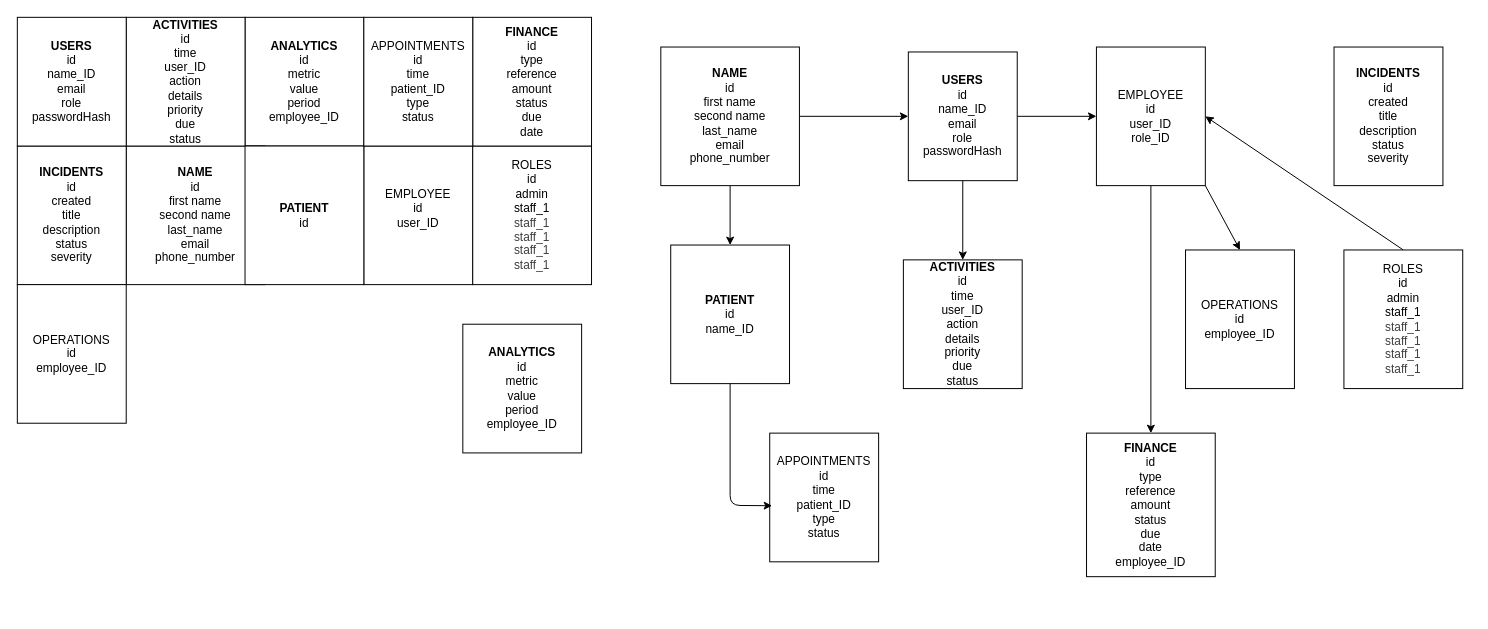
The draw.io diagram design/design.drawio in Justkim030/Moducare, before the edit. Source tidied: cells renumbered, new cells numbered last; positions are measured from the earlier drawing's top-left corner, leaving out a move shared by most shapes. Both pictures are drawn from the tidied source at 99%, with x=0, y=0 at pixel (17, 17).
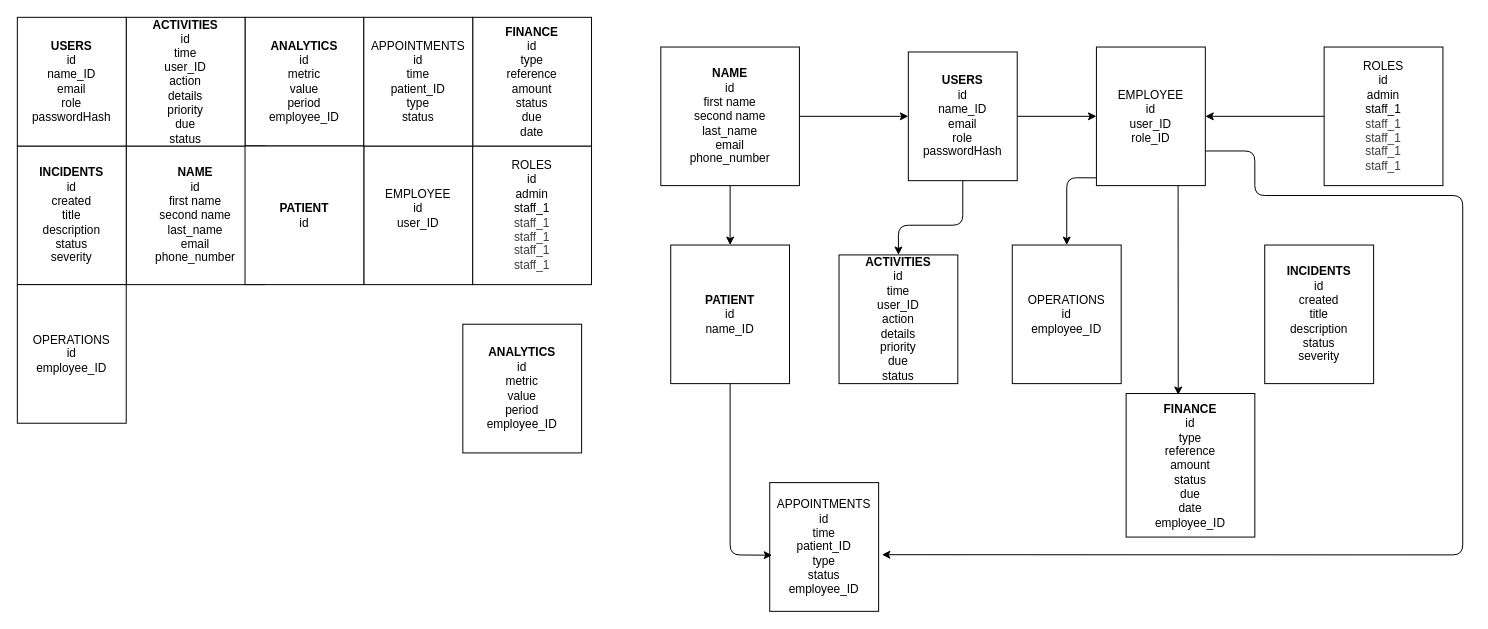
Above is the later version.

Commit message:
database configuration

The change refers to these unchanged cells:
```xml
<mxCell id="15" value="EMPLOYEE&lt;div&gt;id&lt;/div&gt;&lt;div&gt;user_ID&lt;/div&gt;&lt;div&gt;role_ID&lt;/div&gt;" style="rounded=0;whiteSpace=wrap;html=1;" parent="1" vertex="1">
  <mxGeometry x="1090" y="30" width="110" height="140" as="geometry" />
</mxCell>
<mxCell id="22" value="&lt;b&gt;PATIENT&lt;/b&gt;&lt;div&gt;id&lt;/div&gt;&lt;div&gt;name_ID&lt;/div&gt;" style="rounded=0;whiteSpace=wrap;html=1;" parent="1" vertex="1">
  <mxGeometry x="660" y="230" width="120" height="140" as="geometry" />
</mxCell>
<mxCell id="29" value="&lt;b&gt;USERS&lt;/b&gt;&lt;div&gt;id&lt;/div&gt;&lt;div&gt;name_ID&lt;/div&gt;&lt;div&gt;email&lt;/div&gt;&lt;div&gt;role&lt;/div&gt;&lt;div&gt;passwordHash&lt;/div&gt;" style="rounded=0;whiteSpace=wrap;html=1;" parent="1" vertex="1">
  <mxGeometry x="900" y="35" width="110" height="130" as="geometry" />
</mxCell>
```

What changed in the source:
```diff
@@
-    <mxCell id="13" style="edgeStyle=none;html=1;exitX=0.5;exitY=1;exitDx=0;exitDy=0;entryX=0.5;entryY=0;entryDx=0;entryDy=0;" parent="1" edge="1" source="15" target="24">
-      <mxGeometry relative="1" as="geometry" />
-    </mxCell>
-    <mxCell id="14" style="edgeStyle=none;html=1;exitX=1;exitY=1;exitDx=0;exitDy=0;entryX=0.5;entryY=0;entryDx=0;entryDy=0;" parent="1" edge="1" source="15" target="30">
-      <mxGeometry relative="1" as="geometry" />
+    <mxCell id="14" style="edgeStyle=none;html=1;exitX=0.017;exitY=0.944;exitDx=0;exitDy=0;entryX=0.5;entryY=0;entryDx=0;entryDy=0;exitPerimeter=0;" parent="1" edge="1" source="15" target="30">
+      <mxGeometry relative="1" as="geometry">
+        <Array as="points">
+          <mxPoint x="1060" y="162" />
+        </Array>
+      </mxGeometry>
     </mxCell>
@@
-    <mxCell id="16" style="edgeStyle=none;html=1;exitX=0.5;exitY=0;exitDx=0;exitDy=0;entryX=1;entryY=0.5;entryDx=0;entryDy=0;" parent="1" edge="1" source="17" target="15">
+    <mxCell id="16" style="edgeStyle=none;html=1;exitX=0;exitY=0.5;exitDx=0;exitDy=0;entryX=1;entryY=0.5;entryDx=0;entryDy=0;" parent="1" edge="1" source="17" target="15">
       <mxGeometry relative="1" as="geometry" />
     </mxCell>
     <mxCell id="17" value="ROLES&lt;div&gt;id&lt;/div&gt;&lt;div&gt;admin&lt;/div&gt;&lt;div&gt;staff_1&lt;/div&gt;&lt;div&gt;&lt;span style=&quot;color: rgb(63, 63, 63);&quot;&gt;staff_1&lt;/span&gt;&lt;/div&gt;&lt;div&gt;&lt;span style=&quot;color: rgb(63, 63, 63);&quot;&gt;staff_1&lt;/span&gt;&lt;span style=&quot;color: rgb(63, 63, 63);&quot;&gt;&lt;/span&gt;&lt;/div&gt;&lt;div&gt;&lt;span style=&quot;color: rgb(63, 63, 63);&quot;&gt;staff_1&lt;/span&gt;&lt;span style=&quot;color: rgb(63, 63, 63);&quot;&gt;&lt;/span&gt;&lt;/div&gt;&lt;div&gt;&lt;span style=&quot;color: rgb(63, 63, 63);&quot;&gt;staff_1&lt;/span&gt;&lt;span style=&quot;color: rgb(63, 63, 63);&quot;&gt;&lt;/span&gt;&lt;/div&gt;" style="rounded=0;whiteSpace=wrap;html=1;" parent="1" vertex="1">
-      <mxGeometry x="1340" y="235" width="120" height="140" as="geometry" />
+      <mxGeometry x="1320" y="30" width="120" height="140" as="geometry" />
     </mxCell>
@@
     <mxCell id="23" value="&lt;b&gt;INCIDENTS&lt;/b&gt;&lt;div&gt;id&lt;/div&gt;&lt;div&gt;created&lt;/div&gt;&lt;div&gt;title&lt;/div&gt;&lt;div&gt;description&lt;/div&gt;&lt;div&gt;status&lt;/div&gt;&lt;div&gt;severity&lt;/div&gt;" style="rounded=0;whiteSpace=wrap;html=1;" parent="1" vertex="1">
-      <mxGeometry x="1330" y="30" width="110" height="140" as="geometry" />
+      <mxGeometry x="1260" y="230" width="110" height="140" as="geometry" />
     </mxCell>
     <mxCell id="24" value="&lt;b&gt;FINANCE&lt;/b&gt;&lt;div&gt;id&lt;/div&gt;&lt;div&gt;type&lt;/div&gt;&lt;div&gt;reference&lt;/div&gt;&lt;div&gt;amount&lt;/div&gt;&lt;div&gt;status&lt;/div&gt;&lt;div&gt;due&lt;/div&gt;&lt;div&gt;date&lt;/div&gt;&lt;div&gt;employee_ID&lt;/div&gt;" style="rounded=0;whiteSpace=wrap;html=1;" parent="1" vertex="1">
-      <mxGeometry x="1080" y="420" width="130" height="145" as="geometry" />
+      <mxGeometry x="1120" y="380" width="130" height="145" as="geometry" />
     </mxCell>
-    <mxCell id="25" value="APPOINTMENTS&lt;div&gt;id&lt;/div&gt;&lt;div&gt;time&lt;/div&gt;&lt;div&gt;patient_ID&lt;/div&gt;&lt;div&gt;type&lt;/div&gt;&lt;div&gt;status&lt;/div&gt;" style="rounded=0;whiteSpace=wrap;html=1;" parent="1" vertex="1">
-      <mxGeometry x="760" y="420" width="110" height="130" as="geometry" />
+    <mxCell id="25" value="APPOINTMENTS&lt;div&gt;id&lt;/div&gt;&lt;div&gt;time&lt;/div&gt;&lt;div&gt;patient_ID&lt;/div&gt;&lt;div&gt;type&lt;/div&gt;&lt;div&gt;status&lt;/div&gt;&lt;div&gt;employee_ID&lt;/div&gt;" style="rounded=0;whiteSpace=wrap;html=1;" parent="1" vertex="1">
+      <mxGeometry x="760" y="470" width="110" height="130" as="geometry" />
     </mxCell>
     <mxCell id="26" value="&lt;div&gt;&lt;font color=&quot;#000000&quot;&gt;&lt;b&gt;ACTIVITIES&lt;/b&gt;&lt;/font&gt;&lt;/div&gt;&lt;div&gt;id&lt;/div&gt;&lt;div&gt;time&lt;/div&gt;&lt;div&gt;user_ID&lt;/div&gt;&lt;div&gt;action&lt;/div&gt;&lt;div&gt;details&lt;/div&gt;&lt;div&gt;priority&lt;/div&gt;&lt;div&gt;due&lt;/div&gt;&lt;div&gt;status&lt;/div&gt;" style="rounded=0;whiteSpace=wrap;html=1;" parent="1" vertex="1">
-      <mxGeometry x="895" y="245" width="120" height="130" as="geometry" />
+      <mxGeometry x="830" y="240" width="120" height="130" as="geometry" />
     </mxCell>
     <mxCell id="27" style="edgeStyle=none;html=1;exitX=0.5;exitY=1;exitDx=0;exitDy=0;entryX=0.5;entryY=0;entryDx=0;entryDy=0;" parent="1" edge="1" source="29" target="26">
-      <mxGeometry relative="1" as="geometry" />
+      <mxGeometry relative="1" as="geometry">
+        <Array as="points">
+          <mxPoint x="955" y="210" />
+          <mxPoint x="890" y="210" />
+        </Array>
+      </mxGeometry>
     </mxCell>
@@
     <mxCell id="30" value="&lt;div&gt;OPERATIONS&lt;/div&gt;&lt;div&gt;id&lt;/div&gt;&lt;div&gt;employee_ID&lt;/div&gt;" style="rounded=0;whiteSpace=wrap;html=1;" parent="1" vertex="1">
-      <mxGeometry x="1180" y="235" width="110" height="140" as="geometry" />
+      <mxGeometry x="1005" y="230" width="110" height="140" as="geometry" />
     </mxCell>
     <mxCell id="31" style="edgeStyle=none;html=1;exitX=0.5;exitY=1;exitDx=0;exitDy=0;entryX=0.022;entryY=0.564;entryDx=0;entryDy=0;entryPerimeter=0;" parent="1" edge="1" source="22" target="25">
       <mxGeometry relative="1" as="geometry">
         <Array as="points">
-          <mxPoint x="720" y="493" />
+          <mxPoint x="720" y="543" />
         </Array>
       </mxGeometry>
     </mxCell>
+    <mxCell id="32" style="edgeStyle=none;html=1;exitX=1;exitY=0.75;exitDx=0;exitDy=0;entryX=1.03;entryY=0.56;entryDx=0;entryDy=0;entryPerimeter=0;" parent="1" edge="1" source="15" target="25">
+      <mxGeometry relative="1" as="geometry">
+        <Array as="points">
+          <mxPoint x="1250" y="135" />
+          <mxPoint x="1250" y="180" />
+          <mxPoint x="1460" y="180" />
+          <mxPoint x="1460" y="543" />
+        </Array>
+      </mxGeometry>
+    </mxCell>
+    <mxCell id="13" style="edgeStyle=none;html=1;exitX=0.75;exitY=1;exitDx=0;exitDy=0;entryX=0.405;entryY=0.01;entryDx=0;entryDy=0;entryPerimeter=0;" parent="1" edge="1" source="15" target="24">
+      <mxGeometry relative="1" as="geometry" />
+    </mxCell>
```
